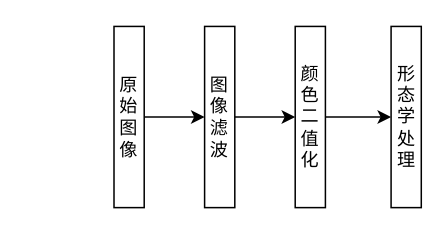
Before: 未命名绘图.drawio in Yuan-Xie/pictureBed, a draw.io diagram. Source tidied: cells renumbered, new cells numbered last; positions are measured from the earlier drawing's top-left corner, leaving out a move shared by most shapes. Both pictures are drawn from the tidied source at 151%, with x=0, y=0 at pixel (113, 26).
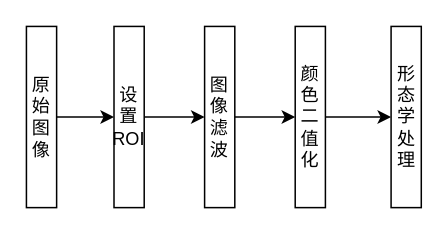
The same diagram, later.

Commit message:
单目流程图.drawio

Diff of the diagram source:
```diff
@@
-<mxGraphModel>
+<mxGraphModel background="#FFFFFF">
   <root>
     <mxCell id="0" />
     <mxCell id="1" parent="0" />
     <mxCell id="2" style="edgeStyle=orthogonalEdgeStyle;rounded=0;jettySize=auto;html=1;exitX=1;exitY=0.5;exitDx=0;exitDy=0;entryX=0;entryY=0.5;entryDx=0;entryDy=0;" parent="1" edge="1" source="3" target="5">
       <mxGeometry relative="1" as="geometry" />
     </mxCell>
-    <mxCell id="3" value="原始图像" style="rounded=0;whiteSpace=wrap;html=1;horizontal=1;verticalAlign=middle;" parent="1" vertex="1">
+    <mxCell id="3" value="设置ROI" style="rounded=0;whiteSpace=wrap;html=1;horizontal=1;verticalAlign=middle;" parent="1" vertex="1">
       <mxGeometry width="20" height="120" as="geometry" />
     </mxCell>
     <mxCell id="4" style="edgeStyle=orthogonalEdgeStyle;rounded=0;jettySize=auto;html=1;exitX=1;exitY=0.5;exitDx=0;exitDy=0;entryX=0;entryY=0.5;entryDx=0;entryDy=0;" parent="1" edge="1" source="5" target="7">
       <mxGeometry relative="1" as="geometry" />
     </mxCell>
     <mxCell id="5" value="图像滤波" style="rounded=0;whiteSpace=wrap;html=1;horizontal=1;verticalAlign=middle;" parent="1" vertex="1">
       <mxGeometry x="60" width="20" height="120" as="geometry" />
     </mxCell>
     <mxCell id="6" style="edgeStyle=orthogonalEdgeStyle;rounded=0;jettySize=auto;html=1;exitX=1;exitY=0.5;exitDx=0;exitDy=0;entryX=0;entryY=0.5;entryDx=0;entryDy=0;" parent="1" edge="1" source="7" target="8">
       <mxGeometry relative="1" as="geometry" />
     </mxCell>
     <mxCell id="7" value="颜色二值化" style="rounded=0;whiteSpace=wrap;html=1;horizontal=1;verticalAlign=middle;" parent="1" vertex="1">
       <mxGeometry x="120" width="20" height="120" as="geometry" />
     </mxCell>
     <mxCell id="8" value="形态学处理" style="rounded=0;whiteSpace=wrap;html=1;horizontal=1;verticalAlign=middle;" parent="1" vertex="1">
       <mxGeometry x="183.5" width="20" height="120" as="geometry" />
     </mxCell>
+    <mxCell id="9" style="edgeStyle=orthogonalEdgeStyle;rounded=0;jettySize=auto;html=1;exitX=1;exitY=0.5;exitDx=0;exitDy=0;entryX=0;entryY=0.5;entryDx=0;entryDy=0;" parent="1" edge="1" source="10" target="3">
+      <mxGeometry relative="1" as="geometry" />
+    </mxCell>
+    <mxCell id="10" value="原始图像" style="rounded=0;whiteSpace=wrap;html=1;horizontal=1;verticalAlign=middle;" parent="1" vertex="1">
+      <mxGeometry x="-58" width="20" height="120" as="geometry" />
+    </mxCell>
   </root>
 </mxGraphModel>
```
